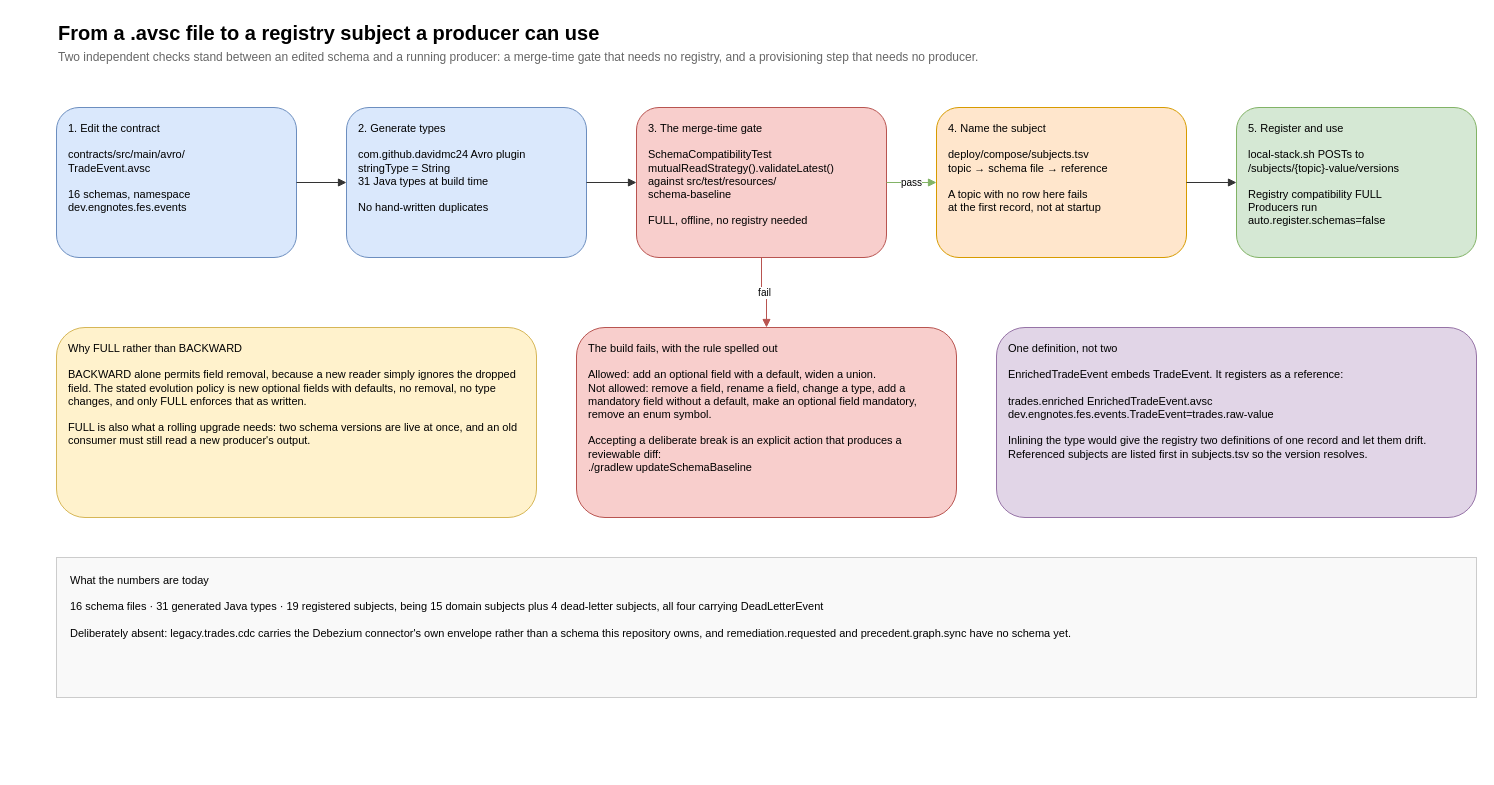
Above: guide/docs/diagrams/schema-pipeline.drawio in salgotraja/financial-event-streaming-platform (draw.io), before the change. Source tidied: cells renumbered, new cells numbered last; positions are measured from the earlier drawing's top-left corner, leaving out a move shared by most shapes. Both pictures are drawn from the tidied source at 100%, with x=0, y=0 at pixel (56, 17).
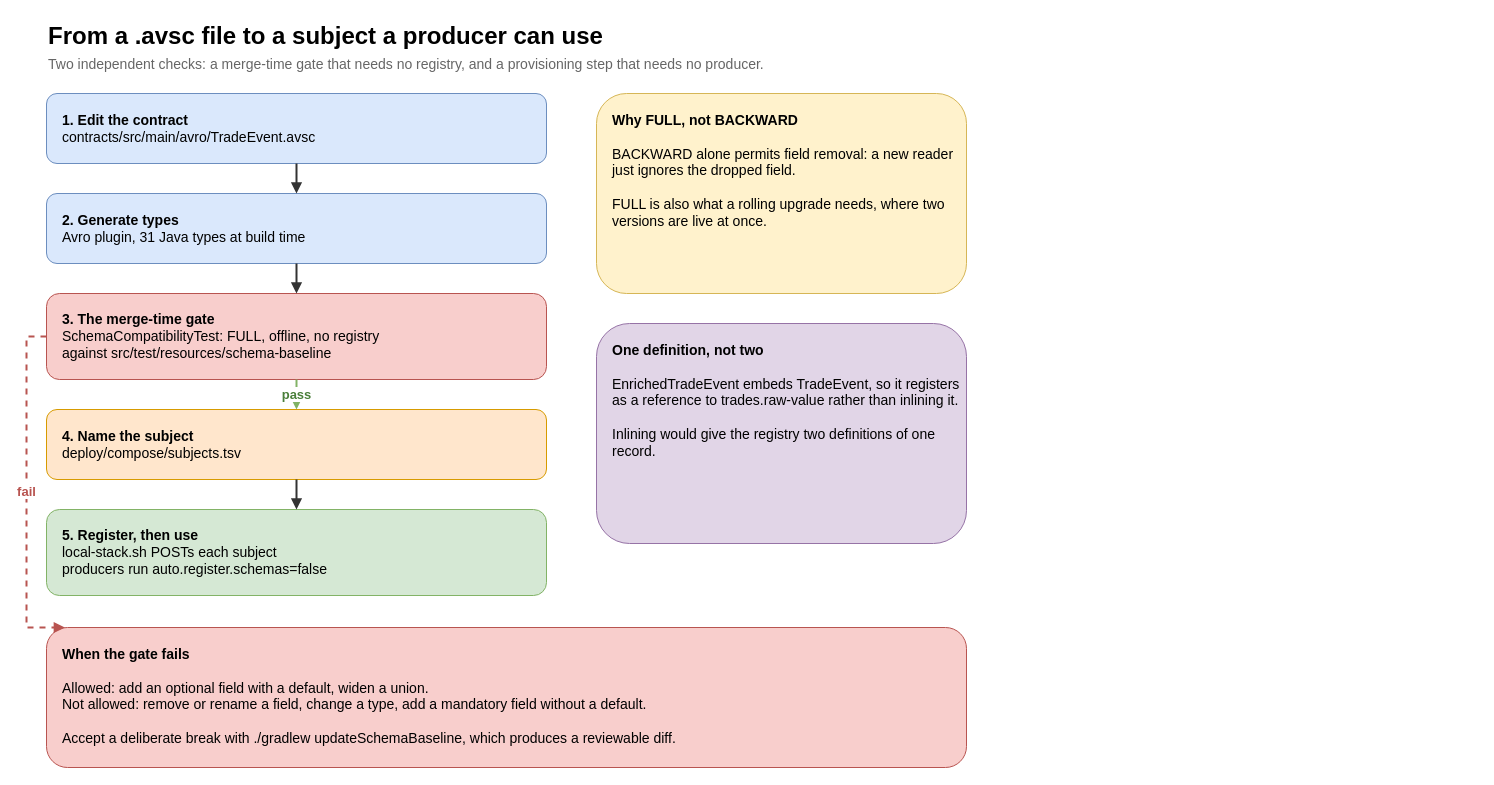
The same diagram, later.

The edit, as a diff of the source:
```diff
@@
 <mxGraphModel>
   <root>
     <mxCell id="0" />
     <mxCell id="1" parent="0" />
-    <mxCell id="2" value="From a .avsc file to a registry subject a producer can use" style="text;html=1;strokeColor=none;fillColor=none;align=left;verticalAlign=middle;fontSize=20;fontStyle=1;" parent="1" vertex="1">
-      <mxGeometry width="900" height="30" as="geometry" />
+    <mxCell id="2" value="From a .avsc file to a subject a producer can use" style="text;html=1;strokeColor=none;fillColor=none;align=left;verticalAlign=middle;fontSize=24;fontStyle=1;" parent="1" vertex="1">
+      <mxGeometry x="-10" y="2" width="900" height="34" as="geometry" />
     </mxCell>
-    <mxCell id="3" value="Two independent checks stand between an edited schema and a running producer: a merge-time gate that needs no registry, and a provisioning step that needs no producer." style="text;html=1;strokeColor=none;fillColor=none;align=left;verticalAlign=middle;fontSize=12;fontColor=#666666;" parent="1" vertex="1">
-      <mxGeometry y="30" width="1300" height="20" as="geometry" />
+    <mxCell id="3" value="Two independent checks: a merge-time gate that needs no registry, and a provisioning step that needs no producer." style="text;html=1;strokeColor=none;fillColor=none;align=left;verticalAlign=middle;fontSize=14;fontColor=#666666;" parent="1" vertex="1">
+      <mxGeometry x="-10" y="36" width="920" height="22" as="geometry" />
     </mxCell>
-    <mxCell id="4" value="1. Edit the contract&#10;&#10;contracts/src/main/avro/&#10;TradeEvent.avsc&#10;&#10;16 schemas, namespace&#10;dev.engnotes.fes.events" style="rounded=1;whiteSpace=wrap;html=1;fillColor=#dae8fc;strokeColor=#6c8ebf;fontSize=11;align=left;spacingLeft=10;verticalAlign=top;spacingTop=8;" parent="1" vertex="1">
-      <mxGeometry y="90" width="240" height="150" as="geometry" />
+    <mxCell id="4" value="&lt;b&gt;1. Edit the contract&lt;/b&gt;&lt;br&gt;contracts/src/main/avro/TradeEvent.avsc" style="rounded=1;whiteSpace=wrap;html=1;fillColor=#dae8fc;strokeColor=#6c8ebf;fontSize=14;align=left;spacingLeft=14;verticalAlign=middle;" parent="1" vertex="1">
+      <mxGeometry x="-10" y="76" width="500" height="70" as="geometry" />
     </mxCell>
-    <mxCell id="5" value="2. Generate types&#10;&#10;com.github.davidmc24 Avro plugin&#10;stringType = String&#10;31 Java types at build time&#10;&#10;No hand-written duplicates" style="rounded=1;whiteSpace=wrap;html=1;fillColor=#dae8fc;strokeColor=#6c8ebf;fontSize=11;align=left;spacingLeft=10;verticalAlign=top;spacingTop=8;" parent="1" vertex="1">
-      <mxGeometry x="290" y="90" width="240" height="150" as="geometry" />
+    <mxCell id="5" value="&lt;b&gt;2. Generate types&lt;/b&gt;&lt;br&gt;Avro plugin, 31 Java types at build time" style="rounded=1;whiteSpace=wrap;html=1;fillColor=#dae8fc;strokeColor=#6c8ebf;fontSize=14;align=left;spacingLeft=14;verticalAlign=middle;" parent="1" vertex="1">
+      <mxGeometry x="-10" y="176" width="500" height="70" as="geometry" />
     </mxCell>
-    <mxCell id="6" value="3. The merge-time gate&#10;&#10;SchemaCompatibilityTest&#10;mutualReadStrategy().validateLatest()&#10;against src/test/resources/&#10;schema-baseline&#10;&#10;FULL, offline, no registry needed" style="rounded=1;whiteSpace=wrap;html=1;fillColor=#f8cecc;strokeColor=#b85450;fontSize=11;align=left;spacingLeft=10;verticalAlign=top;spacingTop=8;" parent="1" vertex="1">
-      <mxGeometry x="580" y="90" width="250" height="150" as="geometry" />
+    <mxCell id="6" value="&lt;b&gt;3. The merge-time gate&lt;/b&gt;&lt;br&gt;SchemaCompatibilityTest: FULL, offline, no registry&lt;br&gt;against src/test/resources/schema-baseline" style="rounded=1;whiteSpace=wrap;html=1;fillColor=#f8cecc;strokeColor=#b85450;fontSize=14;align=left;spacingLeft=14;verticalAlign=middle;" parent="1" vertex="1">
+      <mxGeometry x="-10" y="276" width="500" height="86" as="geometry" />
     </mxCell>
-    <mxCell id="7" value="4. Name the subject&#10;&#10;deploy/compose/subjects.tsv&#10;topic → schema file → reference&#10;&#10;A topic with no row here fails&#10;at the first record, not at startup" style="rounded=1;whiteSpace=wrap;html=1;fillColor=#ffe6cc;strokeColor=#d79b00;fontSize=11;align=left;spacingLeft=10;verticalAlign=top;spacingTop=8;" parent="1" vertex="1">
-      <mxGeometry x="880" y="90" width="250" height="150" as="geometry" />
+    <mxCell id="7" value="&lt;b&gt;4. Name the subject&lt;/b&gt;&lt;br&gt;deploy/compose/subjects.tsv" style="rounded=1;whiteSpace=wrap;html=1;fillColor=#ffe6cc;strokeColor=#d79b00;fontSize=14;align=left;spacingLeft=14;verticalAlign=middle;" parent="1" vertex="1">
+      <mxGeometry x="-10" y="392" width="500" height="70" as="geometry" />
     </mxCell>
-    <mxCell id="8" value="5. Register and use&#10;&#10;local-stack.sh POSTs to&#10;/subjects/{topic}-value/versions&#10;&#10;Registry compatibility FULL&#10;Producers run&#10;auto.register.schemas=false" style="rounded=1;whiteSpace=wrap;html=1;fillColor=#d5e8d4;strokeColor=#82b366;fontSize=11;align=left;spacingLeft=10;verticalAlign=top;spacingTop=8;" parent="1" vertex="1">
-      <mxGeometry x="1180" y="90" width="240" height="150" as="geometry" />
+    <mxCell id="8" value="&lt;b&gt;5. Register, then use&lt;/b&gt;&lt;br&gt;local-stack.sh POSTs each subject&lt;br&gt;producers run auto.register.schemas=false" style="rounded=1;whiteSpace=wrap;html=1;fillColor=#d5e8d4;strokeColor=#82b366;fontSize=14;align=left;spacingLeft=14;verticalAlign=middle;" parent="1" vertex="1">
+      <mxGeometry x="-10" y="492" width="500" height="86" as="geometry" />
     </mxCell>
-    <mxCell id="9" style="edgeStyle=orthogonalEdgeStyle;rounded=0;html=1;strokeColor=#333333;endArrow=block;" parent="1" edge="1" source="4" target="5">
+    <mxCell id="9" style="edgeStyle=orthogonalEdgeStyle;rounded=0;html=1;strokeColor=#333333;endArrow=block;strokeWidth=2;" parent="1" edge="1" source="4" target="5">
       <mxGeometry relative="1" as="geometry" />
     </mxCell>
-    <mxCell id="10" style="edgeStyle=orthogonalEdgeStyle;rounded=0;html=1;strokeColor=#333333;endArrow=block;" parent="1" edge="1" source="5" target="6">
+    <mxCell id="10" style="edgeStyle=orthogonalEdgeStyle;rounded=0;html=1;strokeColor=#333333;endArrow=block;strokeWidth=2;" parent="1" edge="1" source="5" target="6">
       <mxGeometry relative="1" as="geometry" />
     </mxCell>
-    <mxCell id="11" value="pass" style="edgeStyle=orthogonalEdgeStyle;rounded=0;html=1;strokeColor=#82b366;endArrow=block;fontSize=10;" parent="1" edge="1" source="6" target="7">
+    <mxCell id="11" value="pass" style="edgeStyle=orthogonalEdgeStyle;rounded=0;html=1;strokeColor=#82b366;endArrow=block;strokeWidth=2;fontSize=13;fontStyle=1;fontColor=#4a7f3a;" parent="1" edge="1" source="6" target="7">
       <mxGeometry relative="1" as="geometry" />
     </mxCell>
-    <mxCell id="12" style="edgeStyle=orthogonalEdgeStyle;rounded=0;html=1;strokeColor=#333333;endArrow=block;" parent="1" edge="1" source="7" target="8">
+    <mxCell id="12" style="edgeStyle=orthogonalEdgeStyle;rounded=0;html=1;strokeColor=#333333;endArrow=block;strokeWidth=2;" parent="1" edge="1" source="7" target="8">
       <mxGeometry relative="1" as="geometry" />
     </mxCell>
+    <mxCell id="15" value="&lt;b&gt;Why FULL, not BACKWARD&lt;/b&gt;&lt;br&gt;&lt;br&gt;BACKWARD alone permits field removal: a new reader just ignores the dropped field.&lt;br&gt;&lt;br&gt;FULL is also what a rolling upgrade needs, where two versions are live at once." style="rounded=1;whiteSpace=wrap;html=1;fillColor=#fff2cc;strokeColor=#d6b656;fontSize=14;align=left;spacingLeft=14;verticalAlign=top;spacingTop=12;" parent="1" vertex="1">
+      <mxGeometry x="540" y="76" width="370" height="200" as="geometry" />
+    </mxCell>
+    <mxCell id="16" value="&lt;b&gt;One definition, not two&lt;/b&gt;&lt;br&gt;&lt;br&gt;EnrichedTradeEvent embeds TradeEvent, so it registers as a reference to trades.raw-value rather than inlining it.&lt;br&gt;&lt;br&gt;Inlining would give the registry two definitions of one record." style="rounded=1;whiteSpace=wrap;html=1;fillColor=#e1d5e7;strokeColor=#9673a6;fontSize=14;align=left;spacingLeft=14;verticalAlign=top;spacingTop=12;" parent="1" vertex="1">
+      <mxGeometry x="540" y="306" width="370" height="220" as="geometry" />
+    </mxCell>
-    <mxCell id="13" value="The build fails, with the rule spelled out&#10;&#10;Allowed: add an optional field with a default, widen a union.&#10;Not allowed: remove a field, rename a field, change a type, add a mandatory field without a default, make an optional field mandatory, remove an enum symbol.&#10;&#10;Accepting a deliberate break is an explicit action that produces a reviewable diff:&#10;./gradlew updateSchemaBaseline" style="rounded=1;whiteSpace=wrap;html=1;fillColor=#f8cecc;strokeColor=#b85450;fontSize=11;align=left;spacingLeft=10;verticalAlign=top;spacingTop=8;" parent="1" vertex="1">
-      <mxGeometry x="520" y="310" width="380" height="190" as="geometry" />
+    <mxCell id="13" value="&lt;b&gt;When the gate fails&lt;/b&gt;&lt;br&gt;&lt;br&gt;Allowed: add an optional field with a default, widen a union.&lt;br&gt;Not allowed: remove or rename a field, change a type, add a mandatory field without a default.&lt;br&gt;&lt;br&gt;Accept a deliberate break with ./gradlew updateSchemaBaseline, which produces a reviewable diff." style="rounded=1;whiteSpace=wrap;html=1;fillColor=#f8cecc;strokeColor=#b85450;fontSize=14;align=left;spacingLeft=14;verticalAlign=top;spacingTop=12;" parent="1" vertex="1">
+      <mxGeometry x="-10" y="610" width="920" height="140" as="geometry" />
     </mxCell>
-    <mxCell id="14" value="fail" style="edgeStyle=orthogonalEdgeStyle;rounded=0;html=1;strokeColor=#b85450;endArrow=block;fontSize=10;" parent="1" edge="1" source="6" target="13">
-      <mxGeometry relative="1" as="geometry" />
+    <mxCell id="14" value="fail" style="edgeStyle=orthogonalEdgeStyle;rounded=0;html=1;strokeColor=#b85450;endArrow=block;strokeWidth=2;dashed=1;exitX=0;exitY=0.5;exitDx=0;exitDy=0;entryX=0.02;entryY=0;entryDx=0;entryDy=0;fontSize=13;fontStyle=1;fontColor=#b85450;" parent="1" edge="1" source="6" target="13">
+      <mxGeometry relative="1" as="geometry">
+        <Array as="points">
+          <mxPoint x="-30" y="319" />
+          <mxPoint x="-30" y="610" />
+        </Array>
+      </mxGeometry>
     </mxCell>
-    <mxCell id="15" value="Why FULL rather than BACKWARD&#10;&#10;BACKWARD alone permits field removal, because a new reader simply ignores the dropped field. The stated evolution policy is new optional fields with defaults, no removal, no type changes, and only FULL enforces that as written.&#10;&#10;FULL is also what a rolling upgrade needs: two schema versions are live at once, and an old consumer must still read a new producer's output." style="rounded=1;whiteSpace=wrap;html=1;fillColor=#fff2cc;strokeColor=#d6b656;fontSize=11;align=left;spacingLeft=10;verticalAlign=top;spacingTop=8;" parent="1" vertex="1">
-      <mxGeometry y="310" width="480" height="190" as="geometry" />
-    </mxCell>
-    <mxCell id="16" value="One definition, not two&#10;&#10;EnrichedTradeEvent embeds TradeEvent. It registers as a reference:&#10;&#10;trades.enriched  EnrichedTradeEvent.avsc&#10;dev.engnotes.fes.events.TradeEvent=trades.raw-value&#10;&#10;Inlining the type would give the registry two definitions of one record and let them drift. Referenced subjects are listed first in subjects.tsv so the version resolves." style="rounded=1;whiteSpace=wrap;html=1;fillColor=#e1d5e7;strokeColor=#9673a6;fontSize=11;align=left;spacingLeft=10;verticalAlign=top;spacingTop=8;" parent="1" vertex="1">
-      <mxGeometry x="940" y="310" width="480" height="190" as="geometry" />
-    </mxCell>
-    <mxCell id="17" value="What the numbers are today&#10;&#10;16 schema files · 31 generated Java types · 19 registered subjects, being 15 domain subjects plus 4 dead-letter subjects, all four carrying DeadLetterEvent&#10;&#10;Deliberately absent: legacy.trades.cdc carries the Debezium connector's own envelope rather than a schema this repository owns, and remediation.requested and precedent.graph.sync have no schema yet." style="rounded=0;whiteSpace=wrap;html=1;fillColor=#f9f9f9;strokeColor=#cccccc;fontSize=11;align=left;spacingLeft=12;verticalAlign=top;spacingTop=10;" parent="1" vertex="1">
-      <mxGeometry y="540" width="1420" height="140" as="geometry" />
-    </mxCell>
   </root>
 </mxGraphModel>
```
